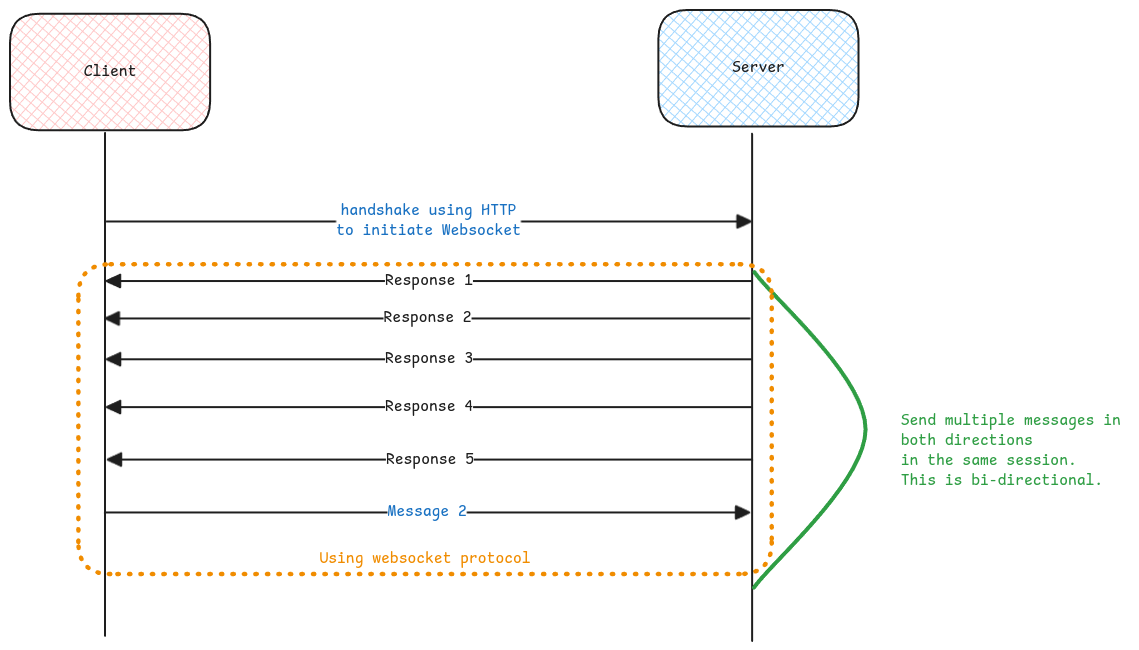
Before: static/img/websocket.excalidraw.png, a diagram exported from Excalidraw (swaroopar/inprogress-engineer). Source tidied: one line per element, renumbered; positions are measured from the earlier drawing's top-left corner, leaving out a move shared by most shapes.
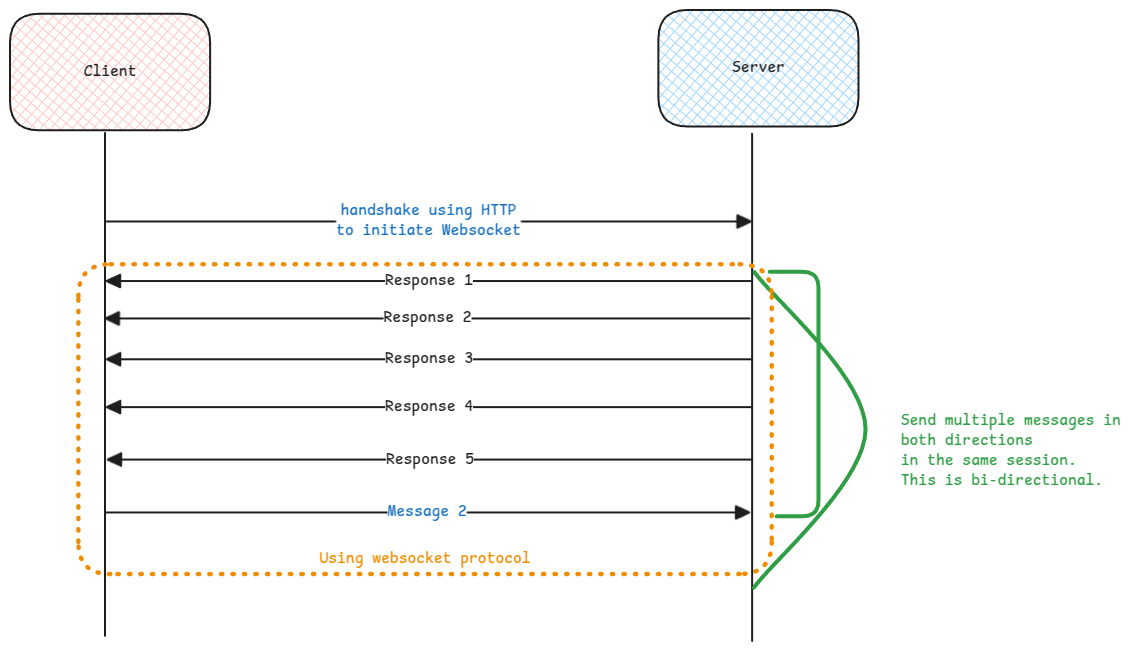
After the change.

What changed in the source:
```diff
@@ -16,9 +16,9 @@
 {"id": 15, "type": "text", "text": "Response 3", "strokeColor": "#1e1e1e", "backgroundColor": "#ffc9c9", "fillStyle": "cross-hatch", "strokeWidth": 2, "roughness": 0, "fontSize": 16, "fontFamily": 8, "textAlign": "center", "verticalAlign": "middle", "inside": 14, "x": 375, "y": 339, "width": 88, "height": 20}
 {"id": 16, "type": "arrow", "strokeColor": "#1e1e1e", "backgroundColor": "#ffc9c9", "fillStyle": "cross-hatch", "strokeWidth": 2, "roughness": 0, "endArrowhead": "triangle", "round": true, "x": 740, "y": 308, "width": 644, "height": 0, "points": [[0, 0], [-644, 0]]}
 {"id": 17, "type": "text", "text": "Response 2", "strokeColor": "#1e1e1e", "backgroundColor": "#ffc9c9", "fillStyle": "cross-hatch", "strokeWidth": 2, "roughness": 0, "fontSize": 16, "fontFamily": 8, "textAlign": "center", "verticalAlign": "middle", "inside": 16, "x": 374, "y": 298, "width": 88, "height": 20}
-{"id": 18, "type": "line", "strokeColor": "#2f9e44", "strokeWidth": 4, "roughness": 0, "round": true, "x": 744, "y": 262, "width": 112, "height": 316, "points": [[0, 0], [111, 157], [0, 316]]}
 {"id": 19, "type": "text", "text": "Send multiple messages in \nboth directions\nin the same session.\nThis is bi-directional.", "strokeColor": "#2f9e44", "strokeWidth": 4, "roughness": 0, "fontSize": 16, "fontFamily": 8, "x": 891, "y": 401, "width": 229, "height": 80}
 {"id": 20, "type": "arrow", "strokeColor": "#1e1e1e", "backgroundColor": "#ffc9c9", "fillStyle": "cross-hatch", "strokeWidth": 2, "roughness": 0, "endArrowhead": "triangle", "round": true, "x": 95, "y": 502, "width": 645, "height": 0, "points": [[0, 0], [645, 0]]}
 {"id": 21, "type": "text", "text": "Message 2", "strokeColor": "#1971c2", "backgroundColor": "#ffc9c9", "fillStyle": "cross-hatch", "strokeWidth": 2, "roughness": 0, "fontSize": 16, "fontFamily": 8, "textAlign": "center", "verticalAlign": "middle", "inside": 20, "x": 378, "y": 492, "width": 79, "height": 20}
 {"id": 22, "type": "rectangle", "strokeColor": "#f08c00", "strokeWidth": 4, "strokeStyle": "dotted", "roughness": 0, "round": true, "x": 68, "y": 254, "width": 693, "height": 310}
 {"id": 23, "type": "text", "text": "Using websocket protocol", "strokeColor": "#f08c00", "strokeWidth": 4, "strokeStyle": "dotted", "roughness": 1, "fontSize": 16, "fontFamily": 8, "textAlign": "center", "verticalAlign": "bottom", "inside": 22, "x": 309, "y": 539, "width": 211, "height": 20}
+{"id": 24, "type": "arrow", "strokeColor": "#2f9e44", "strokeWidth": 4, "roughness": 0, "from": 22, "to": 22, "x": 760, "y": 262, "width": 49, "height": 245, "points": [[0, 0], [49, 0], [49, 245], [7, 245]]}
```
